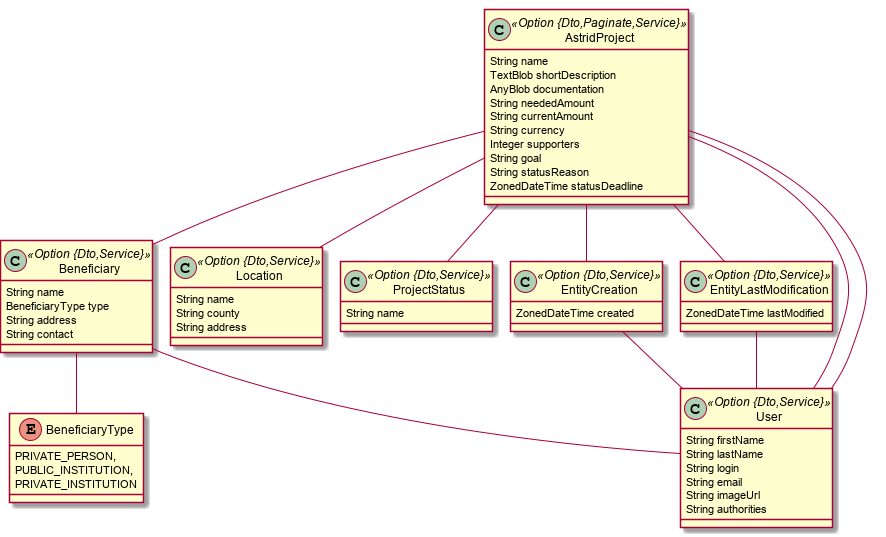
Earlier version of the PlantUML export astrid-diaspora.png (popica14/astrid-diaspora).
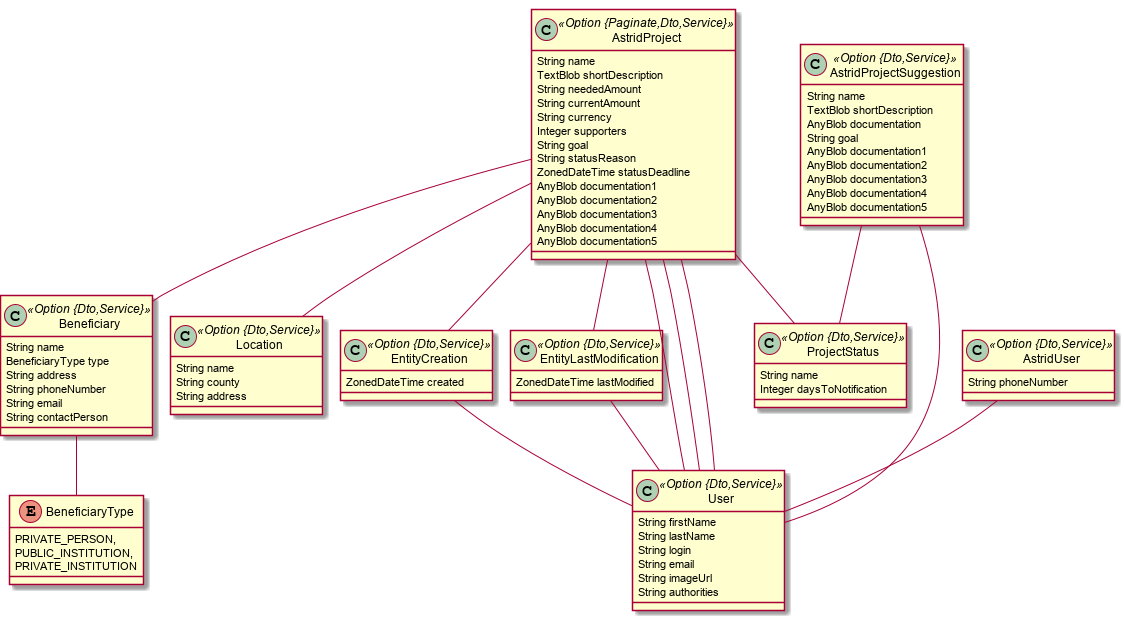
Above is the later version.

The edit, as a diff of the source:
```diff
@@ -1,10 +1,9 @@
 @startuml
 	!pragma graphviz_dot jdot
 	!pragma syntax class
-	class AstridProject <<Option {Dto,Paginate,Service}>> {
+	class AstridProject <<Option {Paginate,Dto,Service}>> {
 		String name
 		TextBlob shortDescription
-		AnyBlob documentation
 		String neededAmount
 		String currentAmount
 		String currency
@@ -12,12 +11,33 @@
 		String goal
 		String statusReason
 		ZonedDateTime statusDeadline
+		AnyBlob documentation1
+		AnyBlob documentation2
+		AnyBlob documentation3
+		AnyBlob documentation4
+		AnyBlob documentation5
+	}
+	class AstridProjectSuggestion <<Option {Dto,Service}>> {
+		String name
+		TextBlob shortDescription
+		AnyBlob documentation
+		String goal
+		AnyBlob documentation1
+		AnyBlob documentation2
+		AnyBlob documentation3
+		AnyBlob documentation4
+		AnyBlob documentation5
+	}
+	class AstridUser <<Option {Dto,Service}>> {
+		String phoneNumber
 	}
 	class Beneficiary <<Option {Dto,Service}>> {
 		String name
 		BeneficiaryType type
 		String address
-		String contact
+		String phoneNumber
+		String email
+		String contactPerson
 	}
 	Beneficiary ..> BeneficiaryType
 	class Location <<Option {Dto,Service}>> {
@@ -32,6 +52,7 @@
 	}
 	class ProjectStatus <<Option {Dto,Service}>> {
 		String name
+		Integer daysToNotification
 	}
 	class EntityCreation <<Option {Dto,Service}>> {
 		ZonedDateTime created
@@ -40,13 +61,16 @@
 		ZonedDateTime lastModified
 	}
 	AstridProject  "responsible(login)  1..* " o-- "0..1 "  User
+	AstridProject  "initiator(login)  1..* " o-- "0..1 "  User
+	AstridProjectSuggestion  "initiator(login)  1..* " o-- "0..1 "  User
 	AstridProject  "status(name) 0..* " o-- "0..1 "  ProjectStatus
-	Beneficiary  "contactPerson(login)  1..* " o-- "0..1 "  User
+	AstridProjectSuggestion  "status(name) 0..* " o-- "0..1 "  ProjectStatus
 	AstridProject  "location(name) 0..* " o-- "0..1 "  Location
 	EntityLastModification  "lastModifiedBy(login)  1..* " o-- "0..1 "  User
 	EntityCreation  "createdBy(login)  1..* " o-- "0..1 "  User
 	AstridProject  "0..1 " -- "0..1 "  EntityCreation
 	AstridProject  "0..1 " -- "0..1 "  EntityLastModification
+	AstridUser  "0..1 " -- "0..1 "  User
 	AstridProject  "implementationTeam(login) 0..* " o--o "0..* "  User
 	AstridProject  "beneficiaries(name) 0..* " o--o "projects(name) 0..* "  Beneficiary
 	class User <<Option {Dto,Service}>> {
```
